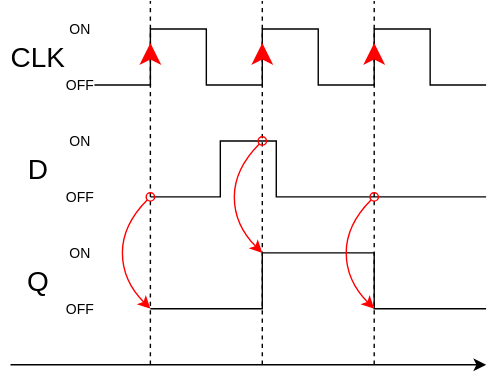
Before: Lab/Computer/RelayComputer/Day6_Counter/img/DividerTimingChart.dio.svg, a diagram exported from draw.io (amane-uehara/kanade-k-1228.github.io). Source tidied: cells renumbered, new cells last; positions are measured from the earlier drawing's top-left corner, leaving out a move shared by most shapes.
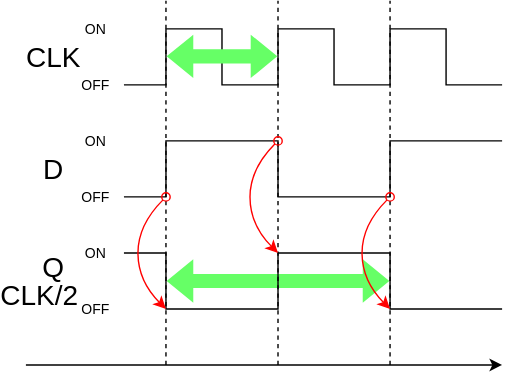
Above is the later version.

What changed in the source:
```diff
@@ -2,6 +2,12 @@
   <root>
     <mxCell id="0" />
     <mxCell id="1" parent="0" />
+    <mxCell id="24" style="endArrow=classic;startArrow=classic;html=1;shape=flexArrow;fillColor=#66FF66;strokeColor=none;" parent="1" edge="1">
+      <mxGeometry relative="1" as="geometry">
+        <mxPoint x="100" y="200" as="sourcePoint" />
+        <mxPoint x="260" y="200" as="targetPoint" />
+      </mxGeometry>
+    </mxCell>
     <mxCell id="2" style="endArrow=classic;html=1;fontSize=20;" parent="1" edge="1">
       <mxGeometry relative="1" as="geometry">
         <mxPoint y="260" as="sourcePoint" />
@@ -10,7 +16,7 @@
     </mxCell>
     <mxCell id="3" style="endArrow=none;html=1;fontSize=20;rounded=0;" parent="1" edge="1">
       <mxGeometry relative="1" as="geometry">
-        <mxPoint x="60" y="60" as="sourcePoint" />
+        <mxPoint x="70" y="60" as="sourcePoint" />
         <mxPoint x="340" y="60" as="targetPoint" />
         <Array as="points">
           <mxPoint x="100" y="60" />
@@ -35,25 +41,29 @@
       <mxGeometry y="110" width="40" height="20" as="geometry" />
     </mxCell>
     <mxCell id="6" value="Q" style="text;html=1;strokeColor=none;fillColor=none;align=center;verticalAlign=middle;whiteSpace=wrap;rounded=0;fontSize=20;" parent="1" vertex="1">
-      <mxGeometry y="190" width="40" height="20" as="geometry" />
+      <mxGeometry y="180" width="40" height="20" as="geometry" />
     </mxCell>
     <mxCell id="7" style="endArrow=none;html=1;fontSize=20;rounded=0;" parent="1" edge="1">
       <mxGeometry relative="1" as="geometry">
-        <mxPoint x="100" y="140" as="sourcePoint" />
-        <mxPoint x="340" y="140" as="targetPoint" />
+        <mxPoint x="70" y="140" as="sourcePoint" />
+        <mxPoint x="340" y="100" as="targetPoint" />
         <Array as="points">
-          <mxPoint x="150" y="140" />
-          <mxPoint x="150" y="100" />
-          <mxPoint x="190" y="100" />
-          <mxPoint x="190" y="140" />
+          <mxPoint x="100" y="140" />
+          <mxPoint x="100" y="100" />
+          <mxPoint x="180" y="100" />
+          <mxPoint x="180" y="140" />
+          <mxPoint x="260" y="140" />
+          <mxPoint x="260" y="100" />
         </Array>
       </mxGeometry>
     </mxCell>
     <mxCell id="8" style="endArrow=none;html=1;fontSize=20;rounded=0;" parent="1" edge="1">
       <mxGeometry relative="1" as="geometry">
-        <mxPoint x="100" y="220" as="sourcePoint" />
+        <mxPoint x="70" y="180" as="sourcePoint" />
         <mxPoint x="340" y="220" as="targetPoint" />
         <Array as="points">
+          <mxPoint x="100" y="180" />
+          <mxPoint x="100" y="220" />
           <mxPoint x="180" y="220" />
           <mxPoint x="180" y="180" />
           <mxPoint x="260" y="180" />
@@ -67,66 +77,18 @@
         <mxPoint x="100" as="targetPoint" />
       </mxGeometry>
     </mxCell>
-    <mxCell id="10" style="endArrow=classic;html=1;fontSize=20;strokeWidth=3;strokeColor=#FF0000;" parent="1" edge="1">
-      <mxGeometry relative="1" as="geometry">
-        <mxPoint x="100" y="40" as="sourcePoint" />
-        <mxPoint x="100" y="30" as="targetPoint" />
-      </mxGeometry>
-    </mxCell>
     <mxCell id="11" style="endArrow=none;dashed=1;html=1;fontSize=20;" parent="1" edge="1">
       <mxGeometry relative="1" as="geometry">
         <mxPoint x="180" y="260" as="sourcePoint" />
         <mxPoint x="180" as="targetPoint" />
       </mxGeometry>
     </mxCell>
-    <mxCell id="12" style="endArrow=classic;html=1;fontSize=20;strokeWidth=3;strokeColor=#FF0000;" parent="1" edge="1">
-      <mxGeometry relative="1" as="geometry">
-        <mxPoint x="180" y="40" as="sourcePoint" />
-        <mxPoint x="180" y="30" as="targetPoint" />
-      </mxGeometry>
-    </mxCell>
-    <mxCell id="13" style="endArrow=classic;html=1;fontSize=20;strokeWidth=1;strokeColor=#FF0000;startArrow=oval;startFill=0;curved=1;" parent="1" edge="1">
-      <mxGeometry relative="1" as="geometry">
-        <mxPoint x="100" y="140" as="sourcePoint" />
-        <mxPoint x="100" y="220" as="targetPoint" />
-        <Array as="points">
-          <mxPoint x="80" y="160" />
-          <mxPoint x="80" y="200" />
-        </Array>
-      </mxGeometry>
-    </mxCell>
-    <mxCell id="14" style="endArrow=classic;html=1;fontSize=20;strokeWidth=1;strokeColor=#FF0000;startArrow=oval;startFill=0;curved=1;" parent="1" edge="1">
-      <mxGeometry relative="1" as="geometry">
-        <mxPoint x="180" y="100" as="sourcePoint" />
-        <mxPoint x="180" y="180" as="targetPoint" />
-        <Array as="points">
-          <mxPoint x="160" y="120" />
-          <mxPoint x="160" y="160" />
-        </Array>
-      </mxGeometry>
-    </mxCell>
     <mxCell id="15" style="endArrow=none;dashed=1;html=1;fontSize=20;" parent="1" edge="1">
       <mxGeometry relative="1" as="geometry">
         <mxPoint x="260" y="260" as="sourcePoint" />
         <mxPoint x="260" as="targetPoint" />
       </mxGeometry>
     </mxCell>
-    <mxCell id="16" style="endArrow=classic;html=1;fontSize=20;strokeWidth=3;strokeColor=#FF0000;" parent="1" edge="1">
-      <mxGeometry relative="1" as="geometry">
-        <mxPoint x="260" y="40" as="sourcePoint" />
-        <mxPoint x="260" y="30" as="targetPoint" />
-      </mxGeometry>
-    </mxCell>
-    <mxCell id="17" style="endArrow=classic;html=1;fontSize=20;strokeWidth=1;strokeColor=#FF0000;startArrow=oval;startFill=0;curved=1;" parent="1" edge="1">
-      <mxGeometry relative="1" as="geometry">
-        <mxPoint x="260" y="140" as="sourcePoint" />
-        <mxPoint x="260" y="220" as="targetPoint" />
-        <Array as="points">
-          <mxPoint x="240" y="160" />
-          <mxPoint x="240" y="200" />
-        </Array>
-      </mxGeometry>
-    </mxCell>
     <mxCell id="18" value="ON" style="text;html=1;strokeColor=none;fillColor=none;align=center;verticalAlign=middle;whiteSpace=wrap;rounded=0;fontSize=10;" parent="1" vertex="1">
       <mxGeometry x="40" y="170" width="20" height="20" as="geometry" />
     </mxCell>
@@ -145,5 +107,44 @@
     <mxCell id="23" value="OFF" style="text;html=1;strokeColor=none;fillColor=none;align=center;verticalAlign=middle;whiteSpace=wrap;rounded=0;fontSize=10;" parent="1" vertex="1">
       <mxGeometry x="40" y="50" width="20" height="20" as="geometry" />
     </mxCell>
+    <mxCell id="25" style="endArrow=classic;html=1;fontSize=20;strokeWidth=1;strokeColor=#FF0000;startArrow=oval;startFill=0;curved=1;" parent="1" edge="1">
+      <mxGeometry relative="1" as="geometry">
+        <mxPoint x="180" y="100" as="sourcePoint" />
+        <mxPoint x="180" y="180" as="targetPoint" />
+        <Array as="points">
+          <mxPoint x="160" y="120" />
+          <mxPoint x="160" y="160" />
+        </Array>
+      </mxGeometry>
+    </mxCell>
+    <mxCell id="26" style="endArrow=classic;html=1;fontSize=20;strokeWidth=1;strokeColor=#FF0000;startArrow=oval;startFill=0;curved=1;" parent="1" edge="1">
+      <mxGeometry relative="1" as="geometry">
+        <mxPoint x="260" y="140" as="sourcePoint" />
+        <mxPoint x="260" y="220" as="targetPoint" />
+        <Array as="points">
+          <mxPoint x="240" y="160" />
+          <mxPoint x="240" y="200" />
+        </Array>
+      </mxGeometry>
+    </mxCell>
+    <mxCell id="27" style="endArrow=classic;html=1;fontSize=20;strokeWidth=1;strokeColor=#FF0000;startArrow=oval;startFill=0;curved=1;" parent="1" edge="1">
+      <mxGeometry relative="1" as="geometry">
+        <mxPoint x="100" y="140" as="sourcePoint" />
+        <mxPoint x="100" y="220" as="targetPoint" />
+        <Array as="points">
+          <mxPoint x="80" y="160" />
+          <mxPoint x="80" y="200" />
+        </Array>
+      </mxGeometry>
+    </mxCell>
+    <mxCell id="28" value="CLK/2" style="text;html=1;strokeColor=none;fillColor=none;align=center;verticalAlign=middle;whiteSpace=wrap;rounded=0;fontSize=20;" parent="1" vertex="1">
+      <mxGeometry x="-10" y="200" width="40" height="20" as="geometry" />
+    </mxCell>
+    <mxCell id="29" style="endArrow=classic;startArrow=classic;html=1;shape=flexArrow;fillColor=#66FF66;strokeColor=none;" parent="1" edge="1">
+      <mxGeometry relative="1" as="geometry">
+        <mxPoint x="100" y="39.7" as="sourcePoint" />
+        <mxPoint x="180" y="39.7" as="targetPoint" />
+      </mxGeometry>
+    </mxCell>
   </root>
 </mxGraphModel>
```
